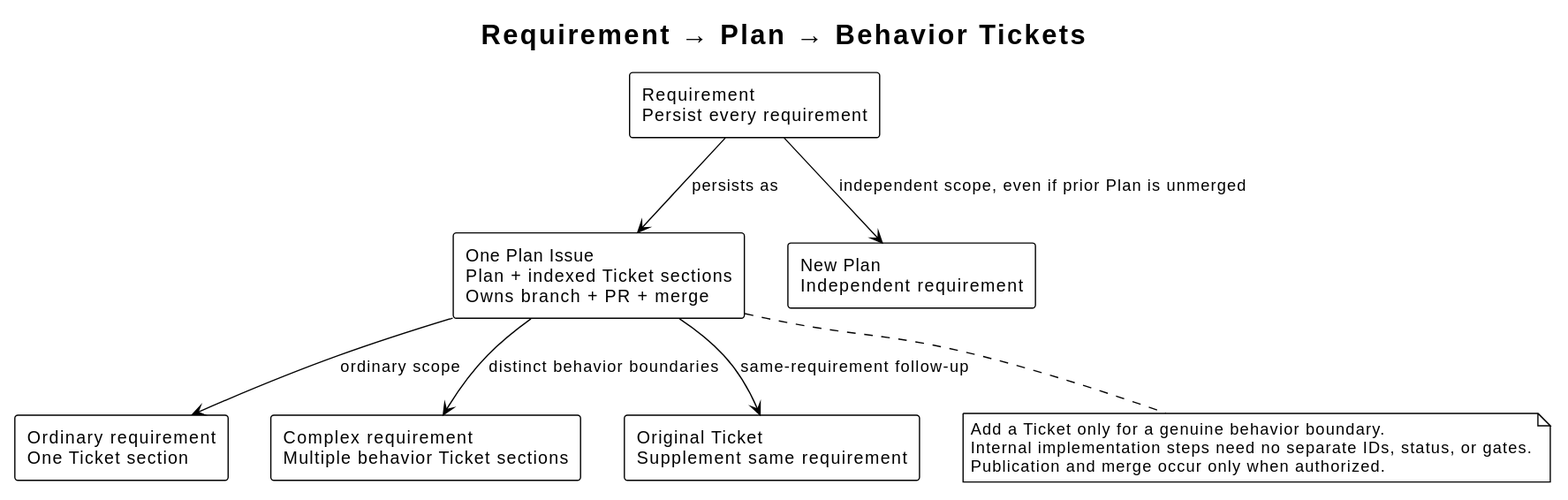
Before: docs/diagrams/plan-ticket.svg, a diagram exported from PlantUML (i-zrhe2016/codex-development-workflow).
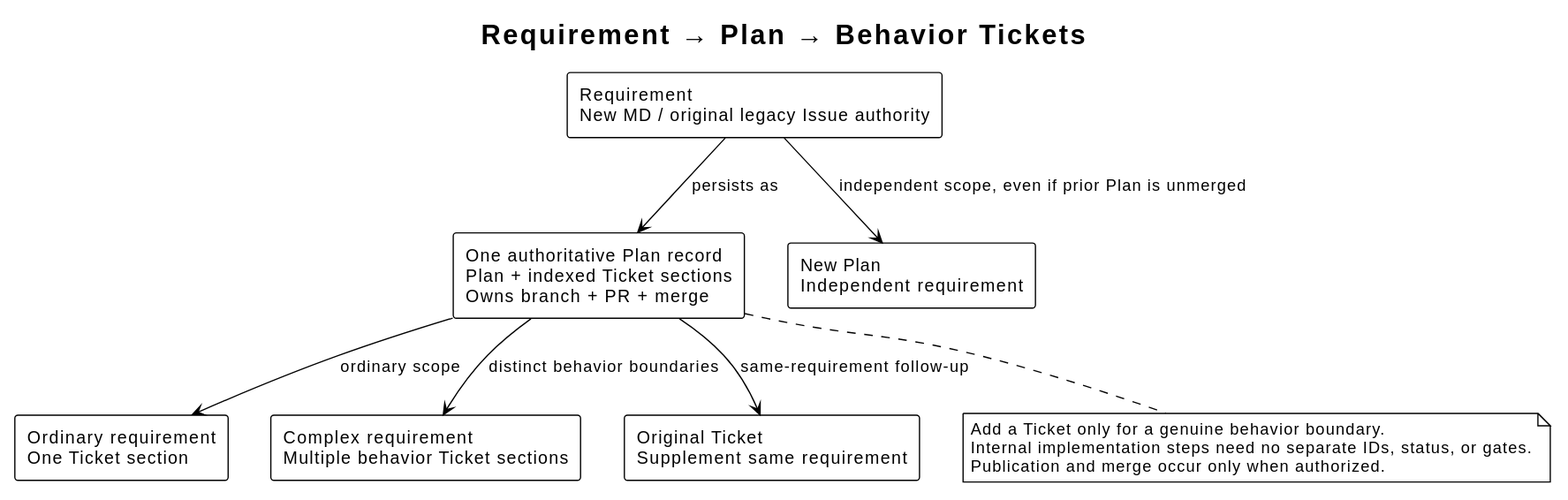
The same diagram one commit later.

What changed in the source:
```diff
@@ -6,8 +6,8 @@
 
 title Requirement → Plan → Behavior Tickets
 
-rectangle "Requirement\nPersist every requirement" as requirement
-rectangle "One Plan Issue\nPlan + indexed Ticket sections\nOwns branch + PR + merge" as plan
+rectangle "Requirement\nNew MD / original legacy Issue authority" as requirement
+rectangle "One authoritative Plan record\nPlan + indexed Ticket sections\nOwns branch + PR + merge" as plan
 rectangle "Ordinary requirement\nOne Ticket section" as ordinary
 rectangle "Complex requirement\nMultiple behavior Ticket sections" as complex
 rectangle "Original Ticket\nSupplement same requirement" as original_ticket
```
